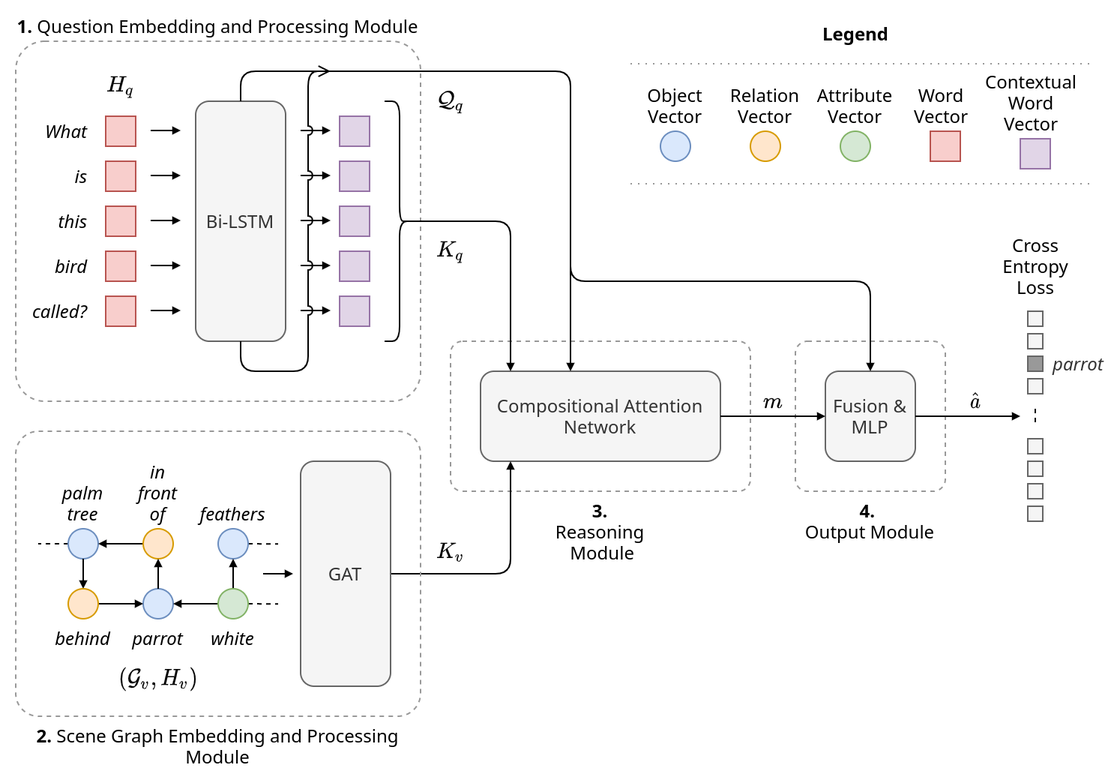
Earlier version of the draw.io export figures/model_overview.png (alexmirrington/honours-thesis). Source tidied: cells renumbered, new cells last; positions are measured from the earlier drawing's top-left corner, leaving out a move shared by most shapes.
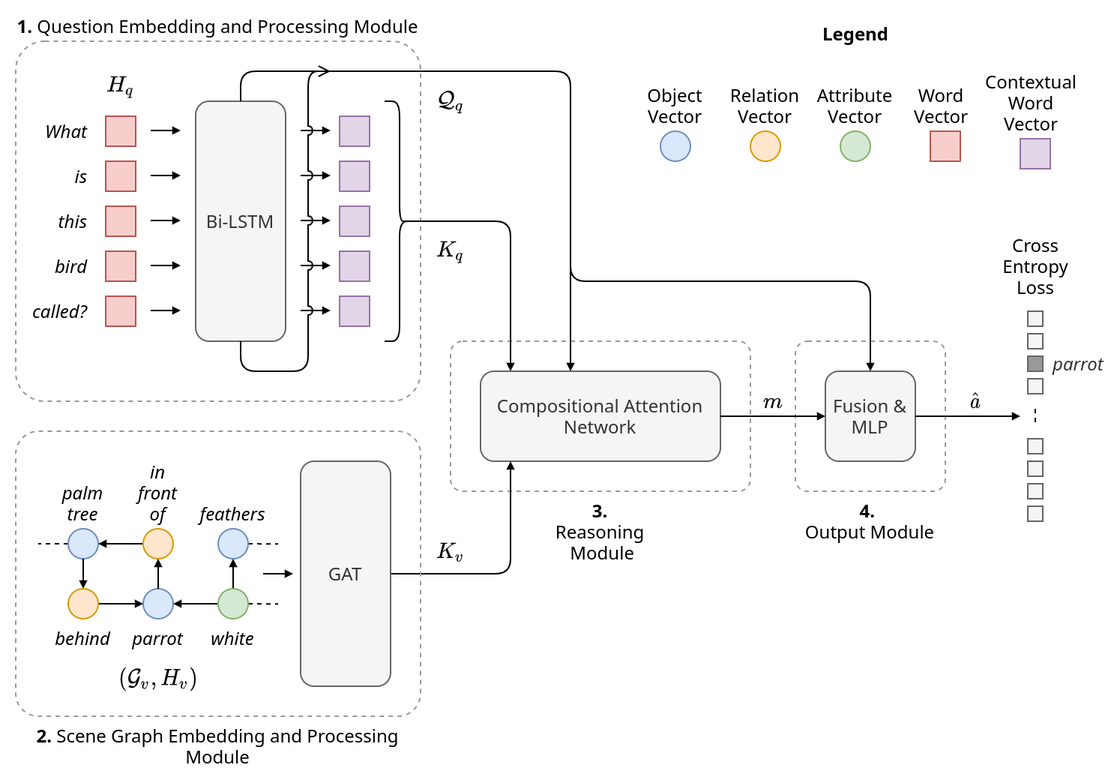
After the commit.

Change to the diagram source:
```diff
@@ -315,17 +315,5 @@
     <mxCell id="82" value="&lt;span style=&quot;font-style: normal&quot;&gt;Word&lt;br&gt;Vector&lt;/span&gt;" style="rect;whiteSpace=wrap;html=1;fillColor=#f8cecc;strokeColor=#b85450;labelPosition=center;verticalLabelPosition=top;align=center;verticalAlign=bottom;spacingRight=10;fontStyle=2;spacingLeft=5;" parent="76" vertex="1">
       <mxGeometry x="200" y="75" width="20" height="20" as="geometry" />
     </mxCell>
-    <mxCell id="83" style="endArrow=none;html=1;strokeColor=#999999;dashed=1;dashPattern=1 4;" parent="76" edge="1">
-      <mxGeometry as="geometry">
-        <mxPoint y="30" as="sourcePoint" />
-        <mxPoint x="310" y="30" as="targetPoint" />
-      </mxGeometry>
-    </mxCell>
-    <mxCell id="84" style="endArrow=none;html=1;fillColor=#f5f5f5;dashed=1;dashPattern=1 4;strokeColor=#999999;" parent="76" edge="1">
-      <mxGeometry y="80" as="geometry">
-        <mxPoint y="110" as="sourcePoint" />
-        <mxPoint x="310" y="110" as="targetPoint" />
-      </mxGeometry>
-    </mxCell>
   </root>
 </mxGraphModel>
```
